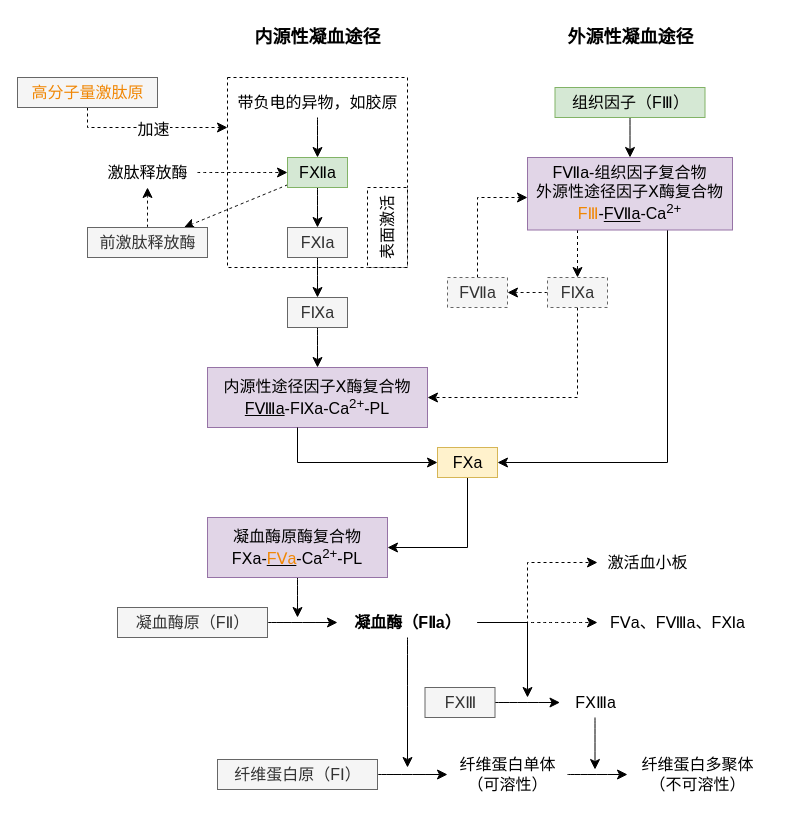
Earlier version of the draw.io diagram content/series/生理学/血液/生理性止血/凝血过程.drawio (daisilia/daisilia.github.io). Source tidied: cells renumbered, new cells numbered last; positions are measured from the earlier drawing's top-left corner, leaving out a move shared by most shapes. Both pictures are drawn from the tidied source at 100%, with x=0, y=0 at pixel (17, 17).
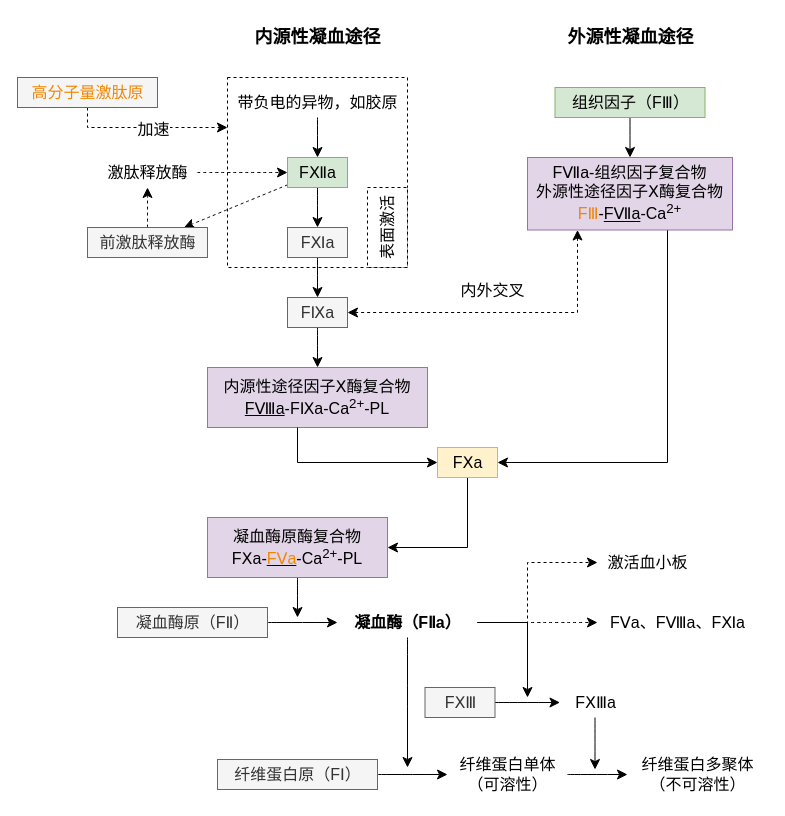
Above is the later version.

The change refers to these unchanged cells:
```xml
<mxCell id="21" value="FⅨa" style="text;html=1;align=center;verticalAlign=middle;points=[];fontSize=16;fillColor=#f5f5f5;fontColor=#333333;strokeColor=#666666;fontFamily=Noto Sans SC;" parent="1" vertex="1">
  <mxGeometry x="270" y="280" width="60" height="30" as="geometry" />
</mxCell>
<mxCell id="22" value="内源性途径因子Ⅹ酶复合物&lt;br style=&quot;border-color: var(--border-color);&quot;&gt;&lt;u&gt;FⅧa&lt;/u&gt;-FⅨa-Ca&lt;sup style=&quot;border-color: var(--border-color);&quot;&gt;2+&lt;/sup&gt;-PL" style="rounded=0;whiteSpace=wrap;html=1;fontSize=16;fillColor=#e1d5e7;strokeColor=#9673a6;fontFamily=Noto Sans SC;" parent="1" vertex="1">
  <mxGeometry x="190" y="350" width="220" height="60" as="geometry" />
</mxCell>
<mxCell id="30" value="FⅦa-组织因子复合物&lt;br&gt;外源性途径因子Ⅹ酶复合物&lt;br&gt;&lt;font color=&quot;#f08705&quot;&gt;FⅢ&lt;/font&gt;-&lt;u&gt;FⅦa&lt;/u&gt;-Ca&lt;sup&gt;2+&lt;/sup&gt;" style="whiteSpace=wrap;html=1;fontSize=16;fillColor=#e1d5e7;strokeColor=#9673a6;fontFamily=Noto Sans SC;" parent="1" vertex="1">
  <mxGeometry x="510" y="140" width="205" height="72.5" as="geometry" />
</mxCell>
```

What changed in the source:
```diff
@@
-    <mxCell id="28" style="edgeStyle=orthogonalEdgeStyle;rounded=0;jettySize=auto;html=1;fontSize=12;startSize=8;endSize=8;dashed=1;fontFamily=Noto Sans SC;" parent="1" edge="1" source="30" target="33">
+    <mxCell id="28" style="edgeStyle=orthogonalEdgeStyle;rounded=0;jettySize=auto;html=1;fontSize=12;startSize=8;endSize=8;dashed=1;fontFamily=Noto Sans SC;startArrow=classic;startFill=1;" parent="1" edge="1" source="30" target="21">
       <mxGeometry relative="1" as="geometry">
         <Array as="points">
-          <mxPoint x="560" y="230" />
-          <mxPoint x="560" y="230" />
+          <mxPoint x="560" y="295" />
         </Array>
       </mxGeometry>
     </mxCell>
@@
-    <mxCell id="31" style="edgeStyle=orthogonalEdgeStyle;rounded=0;jettySize=auto;html=1;fontSize=12;startSize=8;endSize=8;dashed=1;fontFamily=Noto Sans SC;" parent="1" edge="1" source="33" target="22">
-      <mxGeometry relative="1" as="geometry">
-        <Array as="points">
-          <mxPoint x="560" y="380" />
-        </Array>
-      </mxGeometry>
-    </mxCell>
-    <mxCell id="32" style="edgeStyle=none;curved=1;rounded=0;jettySize=auto;html=1;fontSize=12;startSize=8;endSize=8;dashed=1;fontFamily=Noto Sans SC;" parent="1" edge="1" source="33" target="35">
-      <mxGeometry relative="1" as="geometry" />
-    </mxCell>
-    <mxCell id="33" value="FⅨa" style="text;html=1;align=center;verticalAlign=middle;points=[];strokeColor=#666666;fillColor=#f5f5f5;fontSize=16;fontColor=#333333;dashed=1;fontFamily=Noto Sans SC;" parent="1" vertex="1">
-      <mxGeometry x="530" y="260" width="60" height="30" as="geometry" />
-    </mxCell>
-    <mxCell id="34" style="edgeStyle=orthogonalEdgeStyle;rounded=0;jettySize=auto;html=1;fontSize=12;startSize=8;endSize=8;dashed=1;fontFamily=Noto Sans SC;" parent="1" edge="1" source="35" target="30">
-      <mxGeometry relative="1" as="geometry">
-        <Array as="points">
-          <mxPoint x="460" y="180" />
-        </Array>
-      </mxGeometry>
-    </mxCell>
-    <mxCell id="35" value="FⅦa" style="text;html=1;align=center;verticalAlign=middle;points=[];strokeColor=#666666;fillColor=#f5f5f5;fontSize=16;dashed=1;fontColor=#333333;fontFamily=Noto Sans SC;" parent="1" vertex="1">
-      <mxGeometry x="430" y="260" width="60" height="30" as="geometry" />
-    </mxCell>
@@
+    <mxCell id="56" value="内外交叉" style="text;html=1;align=center;verticalAlign=middle;strokeColor=none;fillColor=none;fontSize=16;" parent="1" vertex="1">
+      <mxGeometry x="430" y="258" width="90" height="30" as="geometry" />
+    </mxCell>
```
